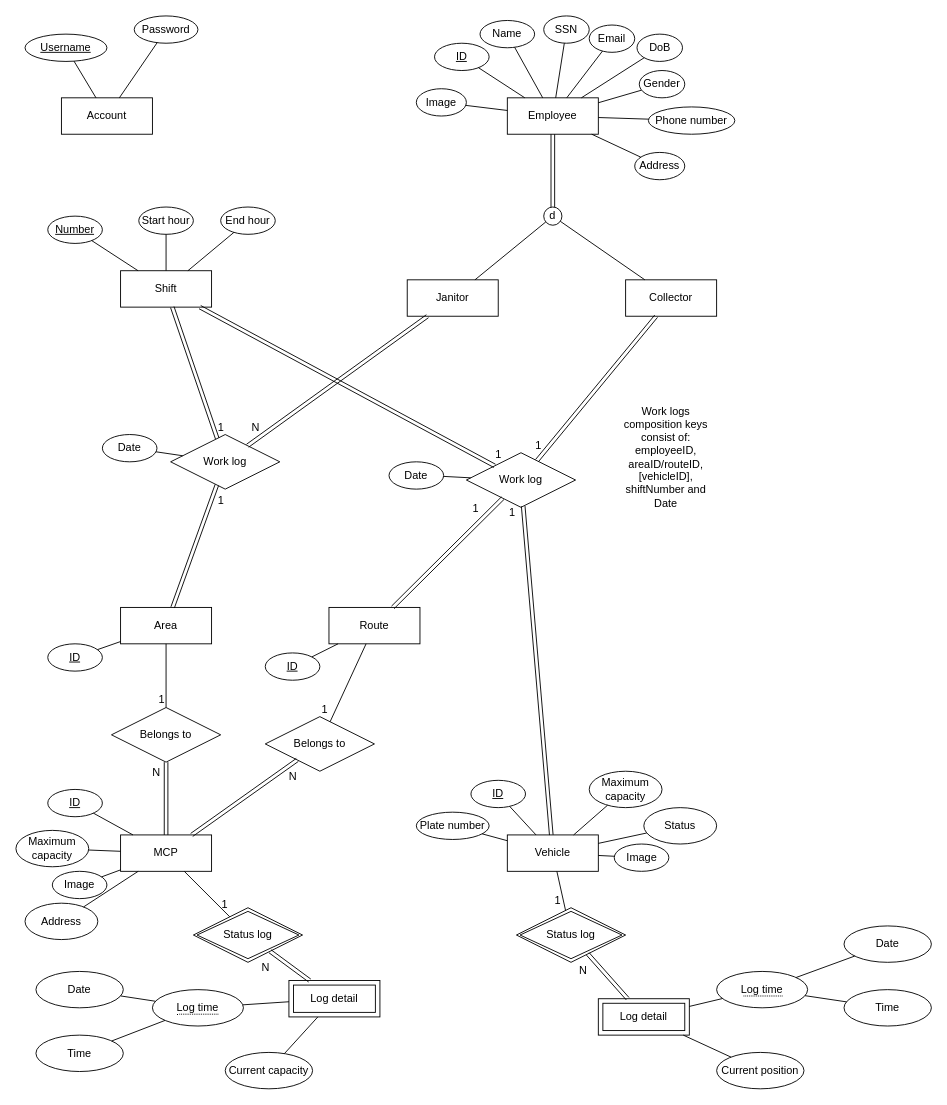
Earlier version of the draw.io diagram ERD.drawio (astr0tas/A-simple-chat-web-application). Source tidied: cells renumbered, new cells numbered last; positions are measured from the earlier drawing's top-left corner, leaving out a move shared by most shapes. Both pictures are drawn from the tidied source at 91%, with x=0, y=0 at pixel (15, 15).
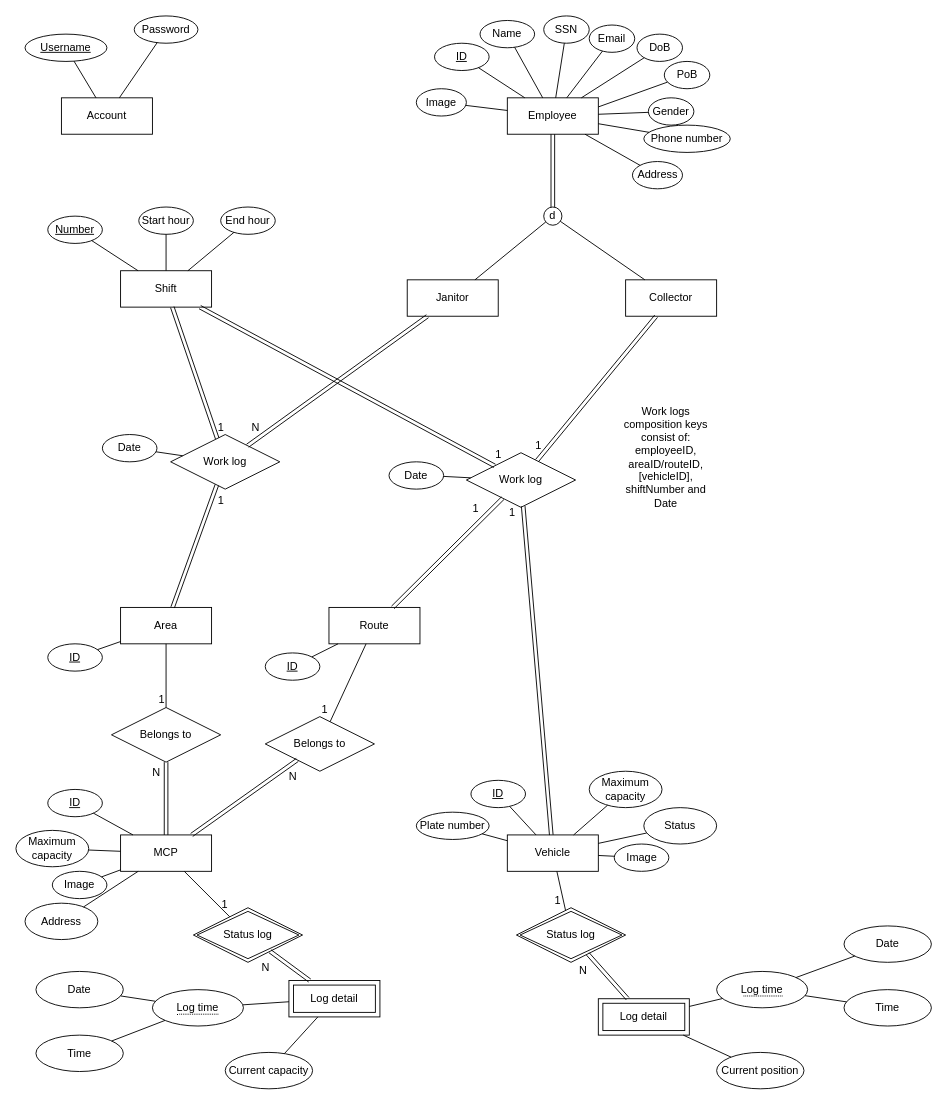
After the change.

Unchanged cells that the change refers to:
```xml
<mxCell id="7" value="Employee" style="whiteSpace=wrap;html=1;align=center;" parent="1" vertex="1">
  <mxGeometry x="540" y="90" width="100" height="40" as="geometry" />
</mxCell>
```

Change to the diagram source:
```diff
@@
     <mxCell id="19" value="Gender" style="ellipse;whiteSpace=wrap;html=1;align=center;" parent="1" vertex="1">
-      <mxGeometry x="685" y="60" width="50" height="30" as="geometry" />
+      <mxGeometry x="695" y="90" width="50" height="30" as="geometry" />
     </mxCell>
     <mxCell id="20" value="Phone number" style="ellipse;whiteSpace=wrap;html=1;align=center;" parent="1" vertex="1">
-      <mxGeometry x="695" y="100" width="95" height="30" as="geometry" />
+      <mxGeometry x="690" y="120" width="95" height="30" as="geometry" />
     </mxCell>
     <mxCell id="21" value="Address" style="ellipse;whiteSpace=wrap;html=1;align=center;" parent="1" vertex="1">
-      <mxGeometry x="680" y="150" width="55" height="30" as="geometry" />
+      <mxGeometry x="677.5" y="160" width="55" height="30" as="geometry" />
     </mxCell>
@@
+    <mxCell id="126" value="PoB" style="ellipse;whiteSpace=wrap;html=1;align=center;" parent="1" vertex="1">
+      <mxGeometry x="712.5" y="50" width="50" height="30" as="geometry" />
+    </mxCell>
+    <mxCell id="127" style="endArrow=none;html=1;rounded=0;exitX=1;exitY=0.25;exitDx=0;exitDy=0;" parent="1" edge="1" source="7" target="126">
+      <mxGeometry relative="1" as="geometry" />
+    </mxCell>
```
